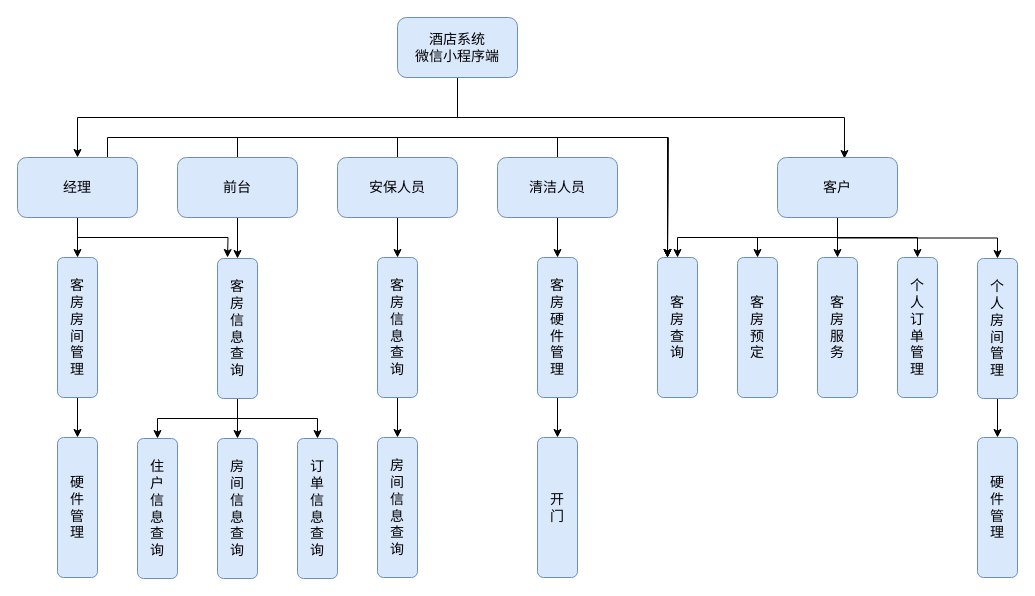
The draw.io diagram docs/src/微信小程序界面层.drawio in AndSonder/smart-hotel-database, before the edit. Source tidied: cells renumbered, new cells numbered last; positions are measured from the earlier drawing's top-left corner, leaving out a move shared by most shapes. Both pictures are drawn from the tidied source at 100%, with x=0, y=0 at pixel (17, 17).
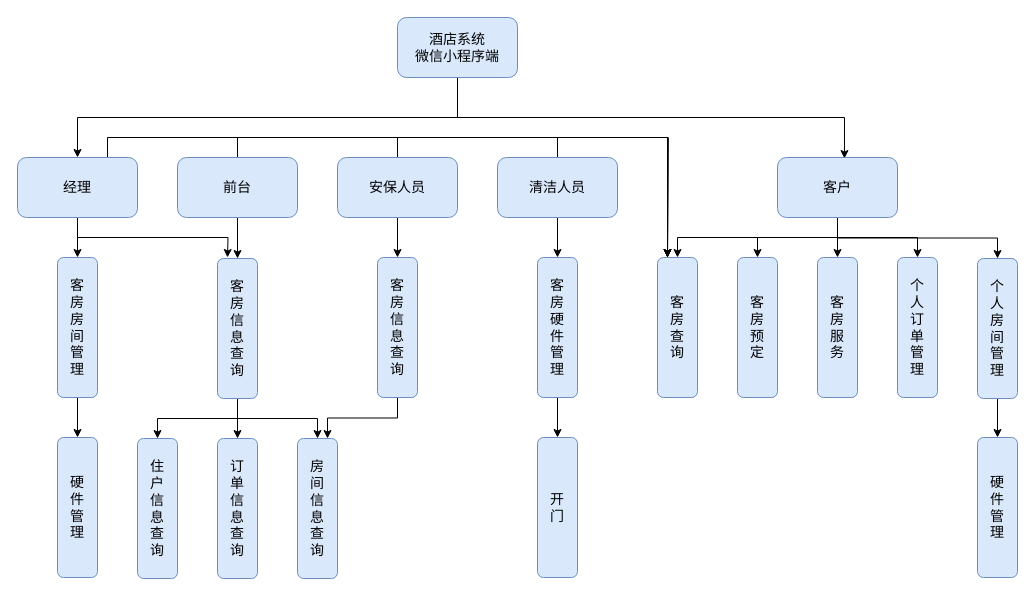
The same page after the edit.

Unchanged cells that the change refers to:
```xml
<mxCell id="45" value="&lt;span style=&quot;font-size: 14px;&quot;&gt;客&lt;/span&gt;&lt;br style=&quot;font-size: 14px;&quot;&gt;&lt;span style=&quot;font-size: 14px;&quot;&gt;房&lt;br style=&quot;font-size: 14px;&quot;&gt;&lt;/span&gt;信&lt;br style=&quot;font-size: 14px;&quot;&gt;息&lt;br style=&quot;font-size: 14px;&quot;&gt;&lt;span style=&quot;font-size: 14px;&quot;&gt;查&lt;br style=&quot;font-size: 14px;&quot;&gt;询&lt;br style=&quot;font-size: 14px;&quot;&gt;&lt;/span&gt;" style="rounded=1;whiteSpace=wrap;html=1;fillColor=#dae8fc;strokeColor=#6c8ebf;shadow=0;sketch=0;fontSize=14;" parent="1" vertex="1">
  <mxGeometry x="360" y="240" width="40" height="140" as="geometry" />
</mxCell>
```

The edit, as a diff of the source:
```diff
@@
-    <mxCell id="28" value="房&lt;br style=&quot;font-size: 14px;&quot;&gt;间&lt;br style=&quot;font-size: 14px;&quot;&gt;信&lt;br style=&quot;font-size: 14px;&quot;&gt;息&lt;br style=&quot;font-size: 14px;&quot;&gt;&lt;span style=&quot;font-size: 14px;&quot;&gt;查&lt;br style=&quot;font-size: 14px;&quot;&gt;询&lt;br style=&quot;font-size: 14px;&quot;&gt;&lt;/span&gt;" style="rounded=1;whiteSpace=wrap;html=1;fillColor=#dae8fc;strokeColor=#6c8ebf;shadow=0;sketch=0;fontSize=14;" parent="1" vertex="1">
+    <mxCell id="28" value="订&lt;br&gt;单&lt;br&gt;信&lt;br&gt;息&lt;br&gt;查&lt;br&gt;询&lt;span style=&quot;font-size: 14px&quot;&gt;&lt;br style=&quot;font-size: 14px&quot;&gt;&lt;/span&gt;" style="rounded=1;whiteSpace=wrap;html=1;fillColor=#dae8fc;strokeColor=#6c8ebf;shadow=0;sketch=0;fontSize=14;" parent="1" vertex="1">
       <mxGeometry x="200" y="421" width="40" height="140" as="geometry" />
     </mxCell>
@@
-    <mxCell id="30" value="订&lt;br style=&quot;font-size: 14px;&quot;&gt;单&lt;br style=&quot;font-size: 14px;&quot;&gt;信&lt;br style=&quot;font-size: 14px;&quot;&gt;息&lt;br style=&quot;font-size: 14px;&quot;&gt;&lt;span style=&quot;font-size: 14px;&quot;&gt;查&lt;br style=&quot;font-size: 14px;&quot;&gt;询&lt;br style=&quot;font-size: 14px;&quot;&gt;&lt;/span&gt;" style="rounded=1;whiteSpace=wrap;html=1;fillColor=#dae8fc;strokeColor=#6c8ebf;shadow=0;sketch=0;fontSize=14;" parent="1" vertex="1">
+    <mxCell id="30" value="房&lt;br&gt;间&lt;br&gt;信&lt;br&gt;息&lt;br&gt;查&lt;br&gt;询&lt;span style=&quot;font-size: 14px&quot;&gt;&lt;br style=&quot;font-size: 14px&quot;&gt;&lt;/span&gt;" style="rounded=1;whiteSpace=wrap;html=1;fillColor=#dae8fc;strokeColor=#6c8ebf;shadow=0;sketch=0;fontSize=14;" parent="1" vertex="1">
       <mxGeometry x="280" y="421" width="40" height="140" as="geometry" />
     </mxCell>
@@
-    <mxCell id="44" style="edgeStyle=orthogonalEdgeStyle;rounded=0;jettySize=auto;html=1;exitX=0.5;exitY=1;exitDx=0;exitDy=0;entryX=0.5;entryY=0;entryDx=0;entryDy=0;fontSize=14;" parent="1" edge="1" source="45" target="46">
+    <mxCell id="44" style="edgeStyle=orthogonalEdgeStyle;rounded=0;jettySize=auto;html=1;exitX=0.5;exitY=1;exitDx=0;exitDy=0;entryX=0.75;entryY=0;entryDx=0;entryDy=0;fontSize=14;" parent="1" edge="1" source="45" target="30">
       <mxGeometry relative="1" as="geometry" />
     </mxCell>
@@
-    <mxCell id="46" value="房&lt;br style=&quot;font-size: 14px;&quot;&gt;间&lt;br style=&quot;font-size: 14px;&quot;&gt;信&lt;br style=&quot;font-size: 14px;&quot;&gt;息&lt;br style=&quot;font-size: 14px;&quot;&gt;&lt;span style=&quot;font-size: 14px;&quot;&gt;查&lt;br style=&quot;font-size: 14px;&quot;&gt;询&lt;br style=&quot;font-size: 14px;&quot;&gt;&lt;/span&gt;" style="rounded=1;whiteSpace=wrap;html=1;fillColor=#dae8fc;strokeColor=#6c8ebf;shadow=0;sketch=0;fontSize=14;" parent="1" vertex="1">
-      <mxGeometry x="360" y="420" width="40" height="140" as="geometry" />
-    </mxCell>
```
